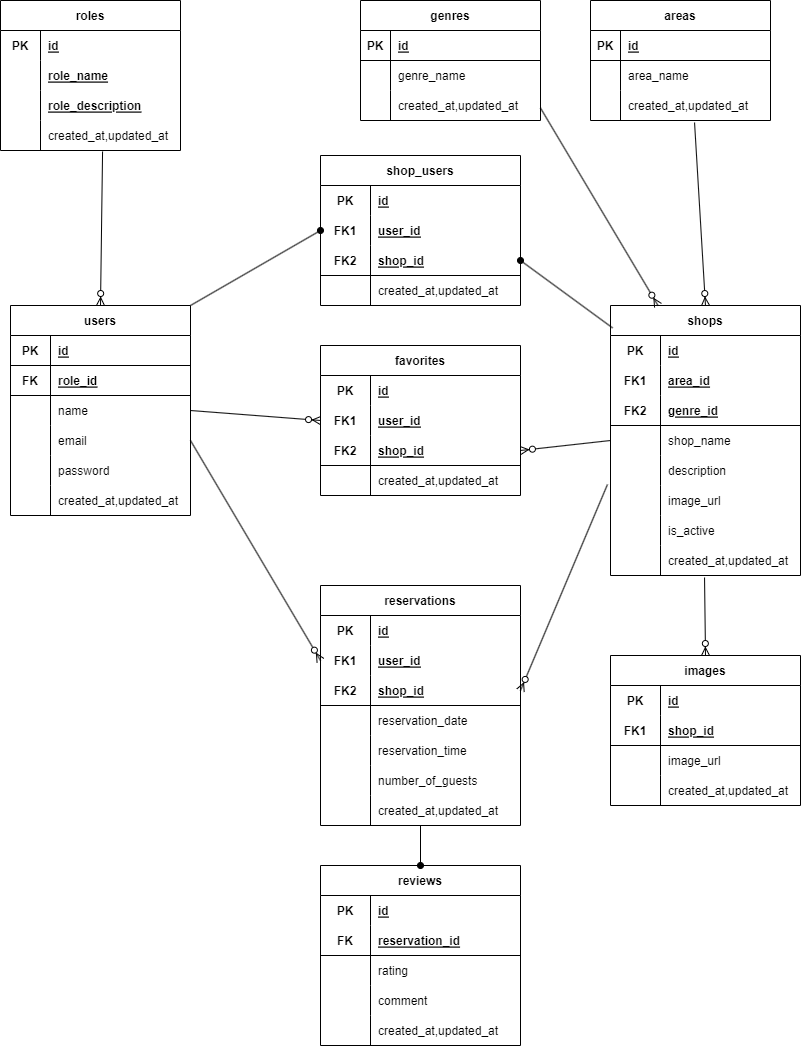
The draw.io diagram er.drawio.png in fujico23/rese-system, before a commit. Source tidied: cells renumbered, new cells last; positions are measured from the earlier drawing's top-left corner, leaving out a move shared by most shapes.
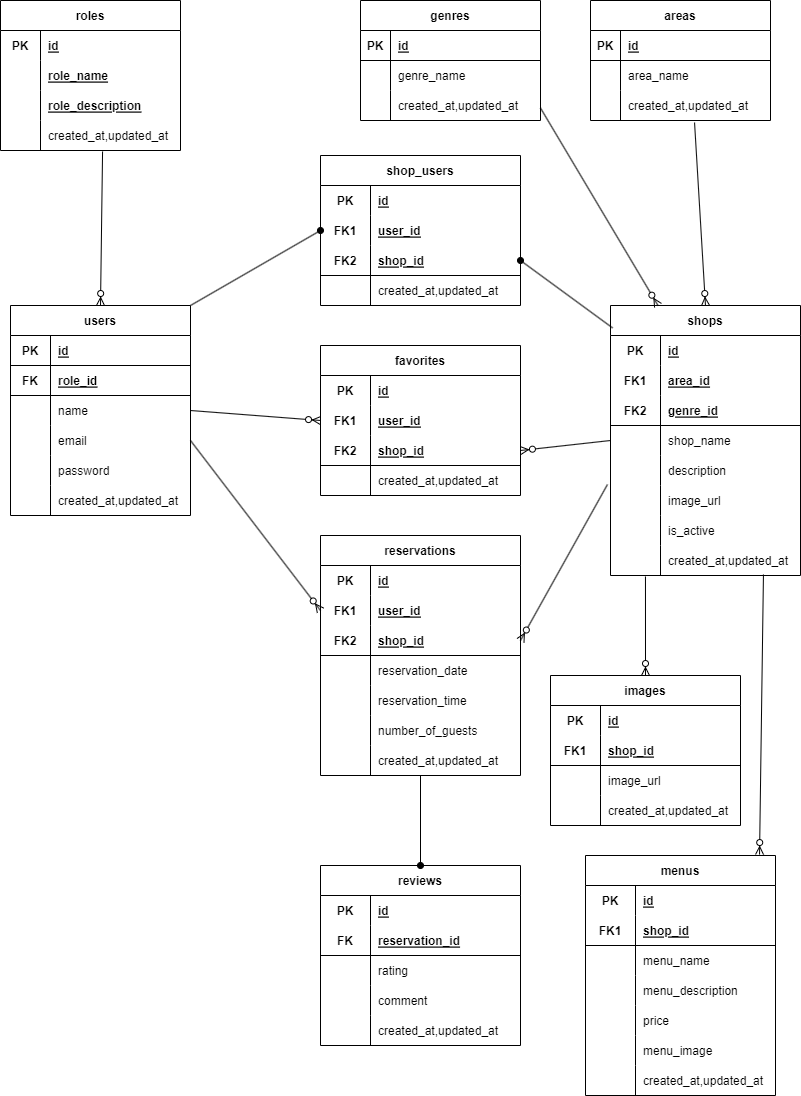
After the change.

Diff of the diagram source:
```diff
@@ -234,7 +234,7 @@
       <mxGeometry x="50" width="150" height="30" as="geometry" />
     </mxCell>
     <mxCell id="79" value="reservations" style="shape=table;startSize=30;rowLines=0;fontStyle=1;align=center;rounded=0;" parent="1" vertex="1">
-      <mxGeometry x="320" y="585" width="200" height="240" as="geometry" />
+      <mxGeometry x="320" y="535" width="200" height="240" as="geometry" />
     </mxCell>
     <mxCell id="80" style="shape=tableRow;horizontal=0;startSize=0;swimlaneHead=0;swimlaneBody=0;fillColor=none;top=0;left=0;right=0;bottom=0;rounded=0;" parent="79" vertex="1">
       <mxGeometry y="30" width="200" height="30" as="geometry" />
@@ -410,7 +410,7 @@
       <mxGeometry relative="1" as="geometry" />
     </mxCell>
     <mxCell id="137" value="images" style="shape=table;startSize=30;rowLines=0;fontStyle=1;align=center;rounded=0;" parent="1" vertex="1">
-      <mxGeometry x="610" y="655" width="190" height="150" as="geometry" />
+      <mxGeometry x="550" y="675" width="190" height="150" as="geometry" />
     </mxCell>
     <mxCell id="138" style="shape=tableRow;horizontal=0;startSize=0;swimlaneHead=0;swimlaneBody=0;fillColor=none;top=0;left=0;right=0;bottom=0;rounded=0;" parent="137" vertex="1">
       <mxGeometry y="30" width="190" height="30" as="geometry" />
@@ -448,7 +448,7 @@
     <mxCell id="149" value="created_at,updated_at" style="shape=partialRectangle;fillColor=none;top=0;left=0;bottom=0;right=0;align=left;spacingLeft=6;overflow=hidden;rounded=0;" parent="147" vertex="1">
       <mxGeometry x="50" width="140" height="30" as="geometry" />
     </mxCell>
-    <mxCell id="150" style="fontSize=12;html=1;endArrow=ERzeroToMany;endFill=1;rounded=0;entryX=0.5;entryY=0;entryDx=0;entryDy=0;exitX=0.495;exitY=1.067;exitDx=0;exitDy=0;exitPerimeter=0;" parent="1" edge="1" source="63" target="137">
+    <mxCell id="150" style="fontSize=12;html=1;endArrow=ERzeroToMany;endFill=1;rounded=0;entryX=0.5;entryY=0;entryDx=0;entryDy=0;exitX=0.184;exitY=1.033;exitDx=0;exitDy=0;exitPerimeter=0;" parent="1" edge="1" source="63" target="137">
       <mxGeometry relative="1" as="geometry" />
     </mxCell>
     <mxCell id="151" value="shop_users" style="shape=table;startSize=30;rowLines=0;fontStyle=1;align=center;rounded=0;" parent="1" vertex="1">
@@ -499,5 +499,74 @@
     <mxCell id="166" style="fontSize=12;html=1;endArrow=oval;endFill=1;rounded=0;entryX=0.5;entryY=0;entryDx=0;entryDy=0;" parent="1" edge="1" source="98" target="120">
       <mxGeometry relative="1" as="geometry" />
     </mxCell>
+    <mxCell id="167" value="menus" style="shape=table;startSize=30;rowLines=0;fontStyle=1;align=center;rounded=0;" parent="1" vertex="1">
+      <mxGeometry x="585" y="855" width="190" height="240" as="geometry" />
+    </mxCell>
+    <mxCell id="168" style="shape=tableRow;horizontal=0;startSize=0;swimlaneHead=0;swimlaneBody=0;fillColor=none;top=0;left=0;right=0;bottom=0;rounded=0;" parent="167" vertex="1">
+      <mxGeometry y="30" width="190" height="30" as="geometry" />
+    </mxCell>
+    <mxCell id="169" value="PK" style="shape=partialRectangle;fillColor=none;top=0;left=0;bottom=0;right=0;fontStyle=1;overflow=hidden;rounded=0;" parent="168" vertex="1">
+      <mxGeometry width="50" height="30" as="geometry" />
+    </mxCell>
+    <mxCell id="170" value="id" style="shape=partialRectangle;fillColor=none;top=0;left=0;bottom=0;right=0;align=left;spacingLeft=6;fontStyle=5;overflow=hidden;rounded=0;" parent="168" vertex="1">
+      <mxGeometry x="50" width="140" height="30" as="geometry" />
+    </mxCell>
+    <mxCell id="171" style="shape=tableRow;horizontal=0;startSize=0;swimlaneHead=0;swimlaneBody=0;fillColor=none;top=0;left=0;right=0;bottom=1;rounded=0;" parent="167" vertex="1">
+      <mxGeometry y="60" width="190" height="30" as="geometry" />
+    </mxCell>
+    <mxCell id="172" value="FK1" style="shape=partialRectangle;fillColor=none;top=0;left=0;bottom=0;right=0;fontStyle=1;overflow=hidden;rounded=0;" parent="171" vertex="1">
+      <mxGeometry width="50" height="30" as="geometry" />
+    </mxCell>
+    <mxCell id="173" value="shop_id" style="shape=partialRectangle;fillColor=none;top=0;left=0;bottom=0;right=0;align=left;spacingLeft=6;fontStyle=5;overflow=hidden;rounded=0;" parent="171" vertex="1">
+      <mxGeometry x="50" width="140" height="30" as="geometry" />
+    </mxCell>
+    <mxCell id="174" style="shape=tableRow;horizontal=0;startSize=0;swimlaneHead=0;swimlaneBody=0;fillColor=none;top=0;left=0;right=0;bottom=0;rounded=0;" parent="167" vertex="1">
+      <mxGeometry y="90" width="190" height="30" as="geometry" />
+    </mxCell>
+    <mxCell id="175" style="shape=partialRectangle;fillColor=none;top=0;left=0;bottom=0;right=0;overflow=hidden;rounded=0;" parent="174" vertex="1">
+      <mxGeometry width="50" height="30" as="geometry" />
+    </mxCell>
+    <mxCell id="176" value="menu_name" style="shape=partialRectangle;fillColor=none;top=0;left=0;bottom=0;right=0;align=left;spacingLeft=6;overflow=hidden;rounded=0;" parent="174" vertex="1">
+      <mxGeometry x="50" width="140" height="30" as="geometry" />
+    </mxCell>
+    <mxCell id="177" style="shape=tableRow;horizontal=0;startSize=0;swimlaneHead=0;swimlaneBody=0;fillColor=none;top=0;left=0;right=0;bottom=0;rounded=0;" parent="167" vertex="1">
+      <mxGeometry y="120" width="190" height="30" as="geometry" />
+    </mxCell>
+    <mxCell id="178" style="shape=partialRectangle;fillColor=none;top=0;left=0;bottom=0;right=0;overflow=hidden;rounded=0;" parent="177" vertex="1">
+      <mxGeometry width="50" height="30" as="geometry" />
+    </mxCell>
+    <mxCell id="179" value="menu_description" style="shape=partialRectangle;fillColor=none;top=0;left=0;bottom=0;right=0;align=left;spacingLeft=6;overflow=hidden;rounded=0;" parent="177" vertex="1">
+      <mxGeometry x="50" width="140" height="30" as="geometry" />
+    </mxCell>
+    <mxCell id="180" style="shape=tableRow;horizontal=0;startSize=0;swimlaneHead=0;swimlaneBody=0;fillColor=none;top=0;left=0;right=0;bottom=0;rounded=0;" parent="167" vertex="1">
+      <mxGeometry y="150" width="190" height="30" as="geometry" />
+    </mxCell>
+    <mxCell id="181" style="shape=partialRectangle;fillColor=none;top=0;left=0;bottom=0;right=0;overflow=hidden;rounded=0;" parent="180" vertex="1">
+      <mxGeometry width="50" height="30" as="geometry" />
+    </mxCell>
+    <mxCell id="182" value="price" style="shape=partialRectangle;fillColor=none;top=0;left=0;bottom=0;right=0;align=left;spacingLeft=6;overflow=hidden;rounded=0;" parent="180" vertex="1">
+      <mxGeometry x="50" width="140" height="30" as="geometry" />
+    </mxCell>
+    <mxCell id="183" style="shape=tableRow;horizontal=0;startSize=0;swimlaneHead=0;swimlaneBody=0;fillColor=none;top=0;left=0;right=0;bottom=0;rounded=0;" parent="167" vertex="1">
+      <mxGeometry y="180" width="190" height="30" as="geometry" />
+    </mxCell>
+    <mxCell id="184" style="shape=partialRectangle;fillColor=none;top=0;left=0;bottom=0;right=0;overflow=hidden;rounded=0;" parent="183" vertex="1">
+      <mxGeometry width="50" height="30" as="geometry" />
+    </mxCell>
+    <mxCell id="185" value="menu_image" style="shape=partialRectangle;fillColor=none;top=0;left=0;bottom=0;right=0;align=left;spacingLeft=6;overflow=hidden;rounded=0;" parent="183" vertex="1">
+      <mxGeometry x="50" width="140" height="30" as="geometry" />
+    </mxCell>
+    <mxCell id="186" style="shape=tableRow;horizontal=0;startSize=0;swimlaneHead=0;swimlaneBody=0;fillColor=none;top=0;left=0;right=0;bottom=0;rounded=0;" parent="167" vertex="1">
+      <mxGeometry y="210" width="190" height="30" as="geometry" />
+    </mxCell>
+    <mxCell id="187" style="shape=partialRectangle;fillColor=none;top=0;left=0;bottom=0;right=0;overflow=hidden;rounded=0;" parent="186" vertex="1">
+      <mxGeometry width="50" height="30" as="geometry" />
+    </mxCell>
+    <mxCell id="188" value="created_at,updated_at" style="shape=partialRectangle;fillColor=none;top=0;left=0;bottom=0;right=0;align=left;spacingLeft=6;overflow=hidden;rounded=0;" parent="186" vertex="1">
+      <mxGeometry x="50" width="140" height="30" as="geometry" />
+    </mxCell>
+    <mxCell id="189" style="fontSize=12;html=1;endArrow=ERzeroToMany;endFill=1;rounded=0;entryX=0.916;entryY=-0.004;entryDx=0;entryDy=0;exitX=0.805;exitY=0.967;exitDx=0;exitDy=0;exitPerimeter=0;entryPerimeter=0;" parent="1" edge="1" source="63" target="167">
+      <mxGeometry relative="1" as="geometry" />
+    </mxCell>
   </root>
 </mxGraphModel>
```
